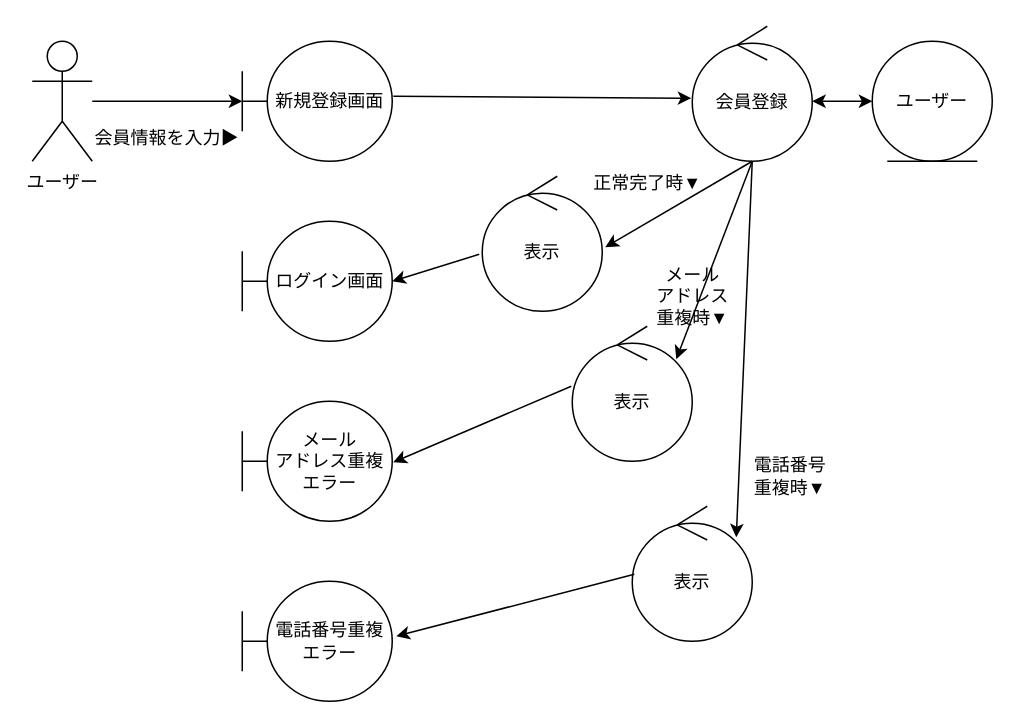
Above: page "新規登録" (1 of 7) of out/ロバストネス図/ユーザー-ロバストネス図.drawio in ksw2270227/GroupF (draw.io), before the change. Source tidied: cells renumbered, new cells numbered last; positions are measured from the earlier drawing's top-left corner, leaving out a move shared by most shapes. Both pictures are drawn from the tidied source at 150%, with x=0, y=0 at pixel (32, 26).
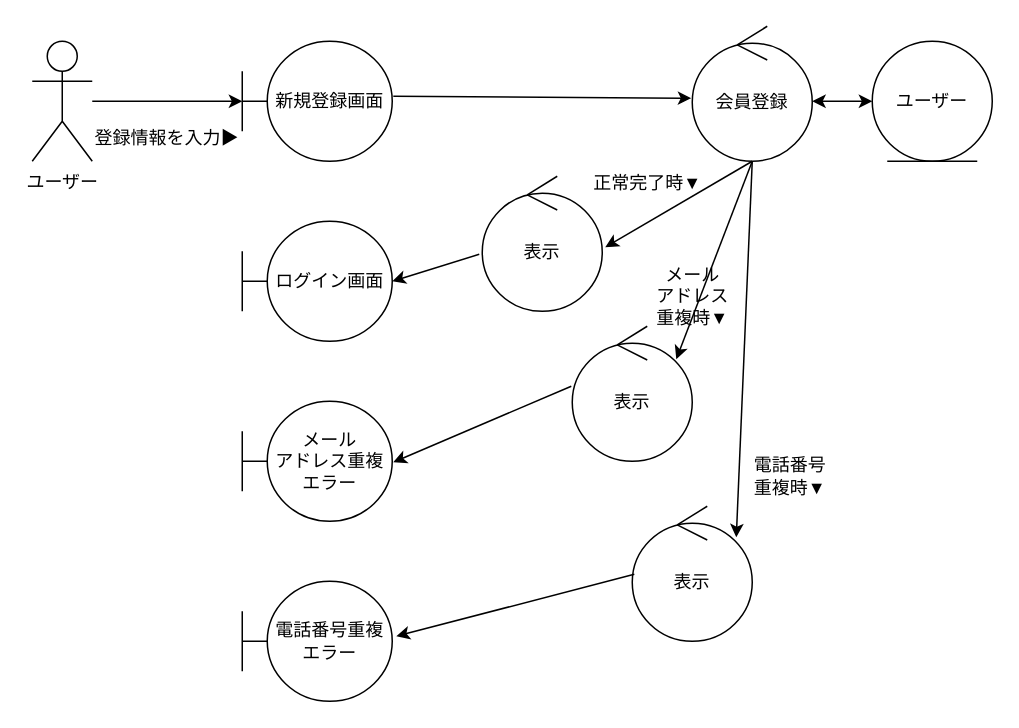
After the change.

Change to the diagram source:
```diff
@@
-    <mxCell id="17" value="会員情報を入力▶" style="text;html=1;strokeColor=none;fillColor=none;align=center;verticalAlign=middle;whiteSpace=wrap;rounded=0;" parent="1" vertex="1">
+    <mxCell id="17" value="登録情報を入力▶" style="text;html=1;strokeColor=none;fillColor=none;align=center;verticalAlign=middle;whiteSpace=wrap;rounded=0;" parent="1" vertex="1">
       <mxGeometry x="40" y="60" width="100" height="30" as="geometry" />
     </mxCell>
```
